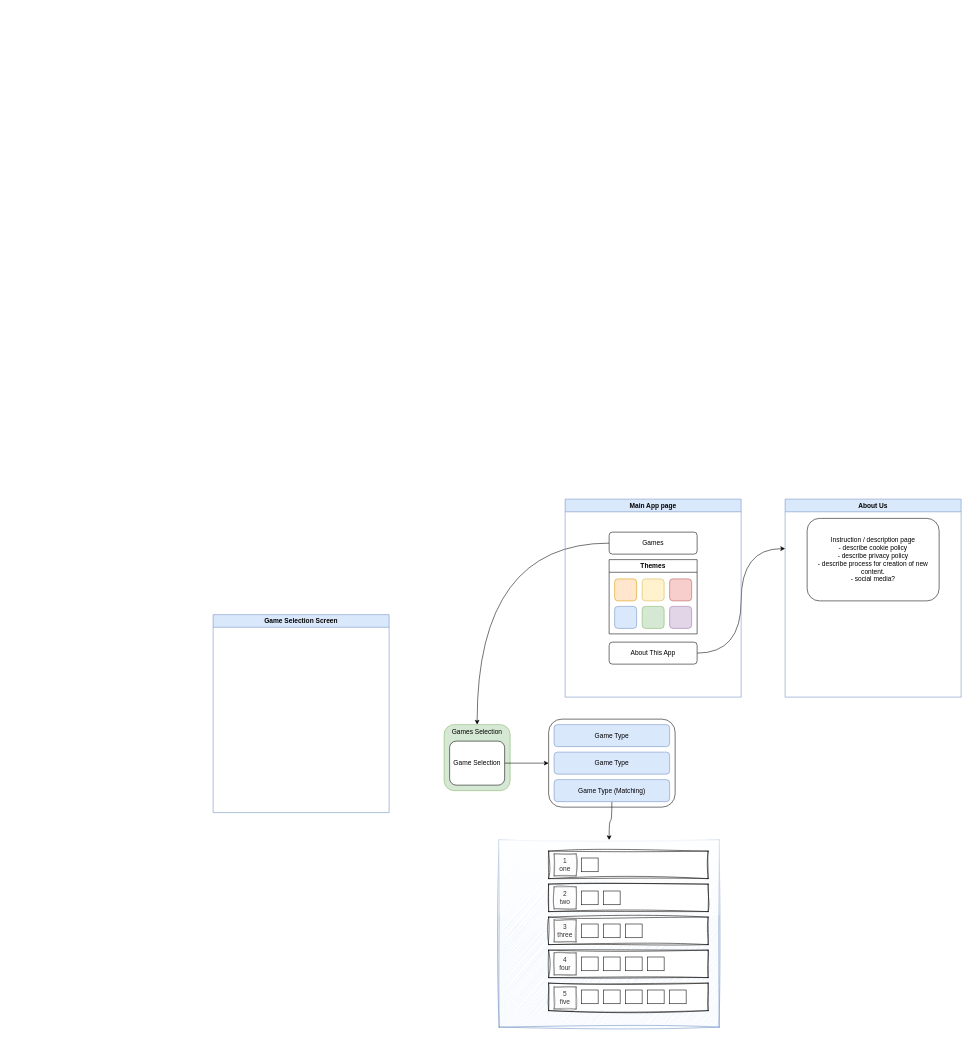
This is page "Site Navigation" (2 of 2) of smallthingscount.drawio from maddog1138/diagrams, a draw.io file, before an edit. Source tidied: cells renumbered, new cells numbered last; positions are measured from the earlier drawing's top-left corner, leaving out a move shared by most shapes. Both pictures are drawn from the tidied source at 55%, with x=0, y=0 at pixel (213, 499).
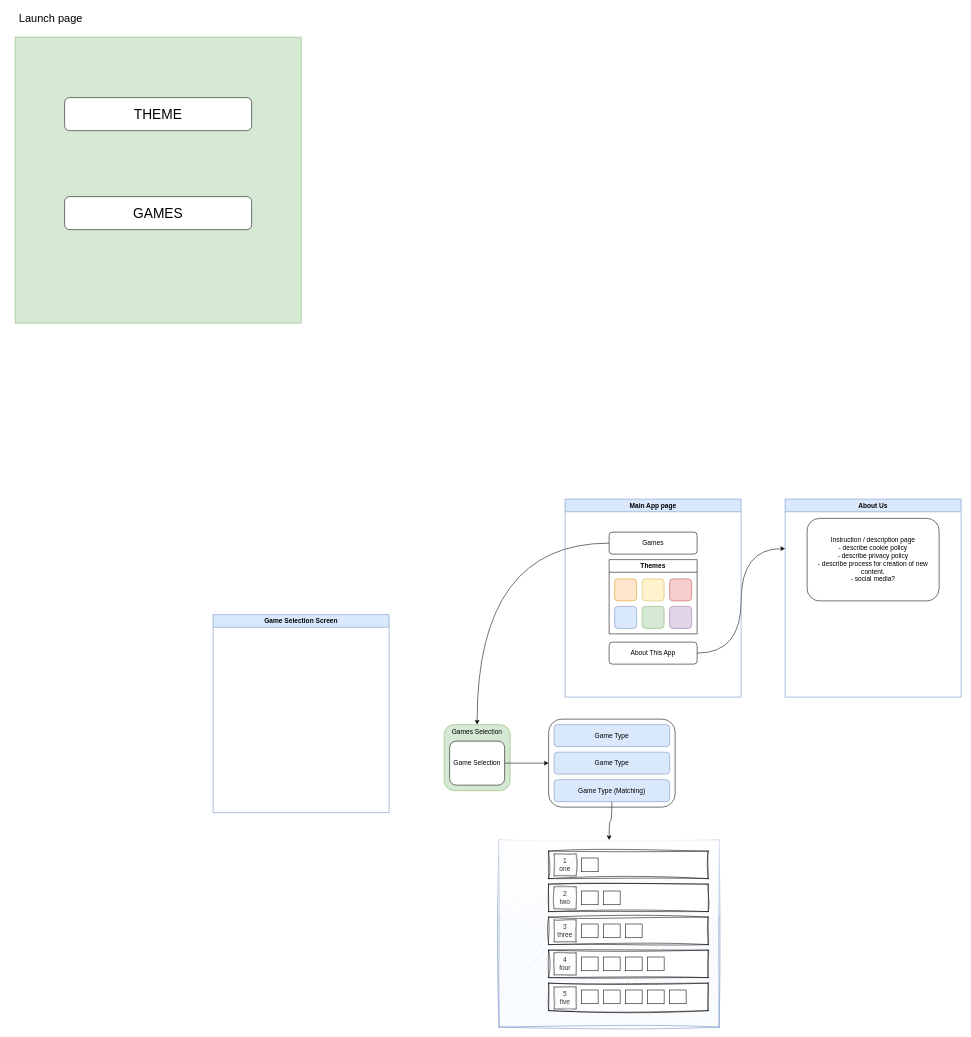
Above is the later version.

Change to the diagram source:
```diff
@@
+    <mxCell id="51" style="rounded=0;whiteSpace=wrap;html=1;fillColor=#d5e8d4;strokeColor=#82b366;" parent="1" vertex="1">
+      <mxGeometry x="-360" y="-840" width="520" height="520" as="geometry" />
+    </mxCell>
+    <mxCell id="52" value="Launch page" style="text;html=1;strokeColor=none;fillColor=none;align=center;verticalAlign=middle;whiteSpace=wrap;rounded=0;fontSize=20;" parent="1" vertex="1">
+      <mxGeometry x="-370" y="-890" width="150" height="30" as="geometry" />
+    </mxCell>
+    <mxCell id="53" value="&lt;font style=&quot;font-size: 25px;&quot;&gt;THEME&lt;/font&gt;" style="rounded=1;whiteSpace=wrap;html=1;" parent="1" vertex="1">
+      <mxGeometry x="-270" y="-730" width="340" height="60" as="geometry" />
+    </mxCell>
+    <mxCell id="54" value="&lt;div&gt;&lt;font style=&quot;font-size: 25px;&quot;&gt;GAMES&lt;/font&gt;&lt;/div&gt;" style="rounded=1;whiteSpace=wrap;html=1;" parent="1" vertex="1">
+      <mxGeometry x="-270" y="-550" width="340" height="60" as="geometry" />
+    </mxCell>
```
